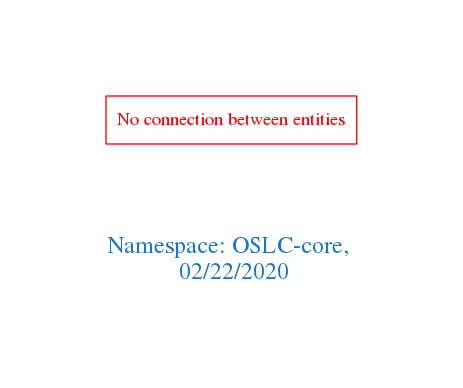
Before: downloads/OSLC-core.png, a diagram exported from Graphviz (arago/OGIT). Its source is kept beside it as downloads/OSLC-core.dot.
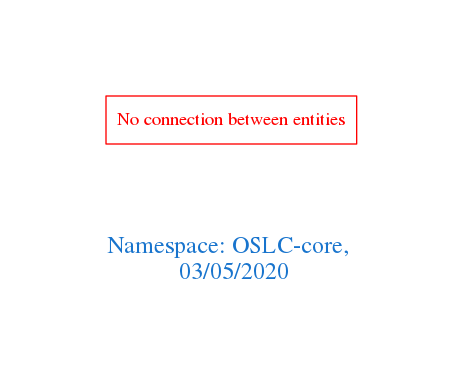
Above is the later version.

What changed in the source:
```diff
@@ -1,7 +1,7 @@
 digraph OGIT_ontology {
  graph [ rankdir= LR,pad=1
 fontsize = 18,
-fontcolor= dodgerblue3,label = "\n\n\nNamespace: OSLC-core, \n 02/22/2020"];
+fontcolor= dodgerblue3,label = "\n\n\nNamespace: OSLC-core, \n 03/05/2020"];
 node[shape=polygon];
 edge [  color="gray81"];
 
```
